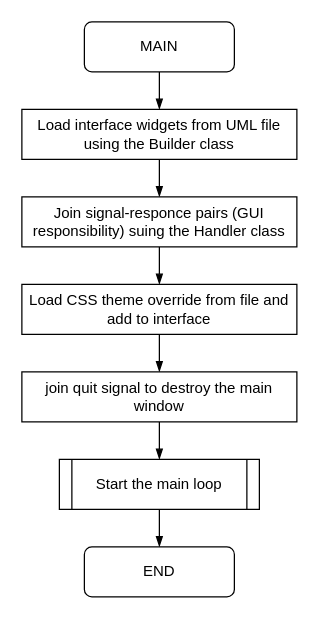
AmalDokkar/CS-IA keeps this draw.io diagram as page "Main" (6 of 7) of diagrams/diagrams.drawio. Above is the earlier version. Source tidied: cells renumbered, new cells numbered last; positions are measured from the earlier drawing's top-left corner, leaving out a move shared by most shapes. Both pictures are drawn from the tidied source at 125%, with x=0, y=0 at pixel (21, 21).
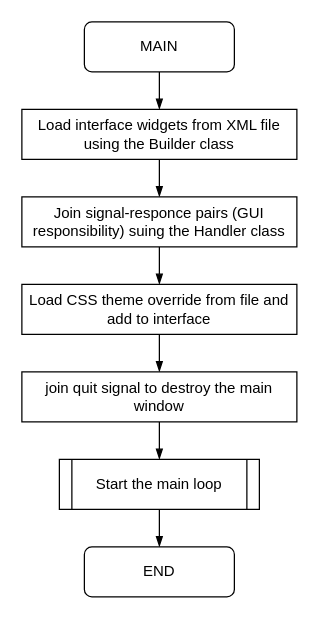
Above is the later version.

What changed in the source:
```diff
@@
 <mxGraphModel>
   <root>
     <mxCell id="0" />
     <mxCell id="1" parent="0" />
     <mxCell id="2" style="edgeStyle=orthogonalEdgeStyle;rounded=0;jettySize=auto;html=1;entryX=0.5;entryY=0;entryDx=0;entryDy=0;endArrow=blockThin;endFill=1;" parent="1" edge="1" source="3" target="5">
       <mxGeometry relative="1" as="geometry" />
     </mxCell>
     <mxCell id="3" value="MAIN" style="rounded=1;whiteSpace=wrap;html=1;" parent="1" vertex="1">
       <mxGeometry x="50" width="120" height="40" as="geometry" />
     </mxCell>
     <mxCell id="4" style="edgeStyle=orthogonalEdgeStyle;rounded=0;jettySize=auto;html=1;entryX=0.5;entryY=0;entryDx=0;entryDy=0;endArrow=blockThin;endFill=1;" parent="1" edge="1" source="5" target="7">
       <mxGeometry relative="1" as="geometry" />
     </mxCell>
-    <mxCell id="5" value="Load interface widgets from UML file using the Builder class" style="rounded=0;whiteSpace=wrap;html=1;" parent="1" vertex="1">
+    <mxCell id="5" value="Load interface widgets from XML file using the Builder class" style="rounded=0;whiteSpace=wrap;html=1;" parent="1" vertex="1">
       <mxGeometry y="70" width="220" height="40" as="geometry" />
     </mxCell>
     <mxCell id="6" style="edgeStyle=orthogonalEdgeStyle;rounded=0;jettySize=auto;html=1;entryX=0.5;entryY=0;entryDx=0;entryDy=0;endArrow=blockThin;endFill=1;" parent="1" edge="1" source="7" target="9">
       <mxGeometry relative="1" as="geometry" />
     </mxCell>
     <mxCell id="7" value="Join signal-responce pairs (GUI responsibility) suing the Handler class" style="rounded=0;whiteSpace=wrap;html=1;" parent="1" vertex="1">
       <mxGeometry y="140" width="220" height="40" as="geometry" />
     </mxCell>
     <mxCell id="8" style="edgeStyle=orthogonalEdgeStyle;rounded=0;jettySize=auto;html=1;entryX=0.5;entryY=0;entryDx=0;entryDy=0;endArrow=blockThin;endFill=1;" parent="1" edge="1" source="9" target="11">
       <mxGeometry relative="1" as="geometry" />
     </mxCell>
     <mxCell id="9" value="Load CSS theme override from file and add to interface" style="rounded=0;whiteSpace=wrap;html=1;" parent="1" vertex="1">
       <mxGeometry y="210" width="220" height="40" as="geometry" />
     </mxCell>
     <mxCell id="10" style="edgeStyle=orthogonalEdgeStyle;rounded=0;jettySize=auto;html=1;entryX=0.5;entryY=0;entryDx=0;entryDy=0;endArrow=blockThin;endFill=1;" parent="1" edge="1" source="11" target="13">
       <mxGeometry relative="1" as="geometry" />
     </mxCell>
     <mxCell id="11" value="join quit signal to destroy the main window" style="rounded=0;whiteSpace=wrap;html=1;" parent="1" vertex="1">
       <mxGeometry y="280" width="220" height="40" as="geometry" />
     </mxCell>
     <mxCell id="12" style="edgeStyle=orthogonalEdgeStyle;rounded=0;jettySize=auto;html=1;endArrow=blockThin;endFill=1;" parent="1" edge="1" source="13" target="14">
       <mxGeometry relative="1" as="geometry" />
     </mxCell>
     <mxCell id="13" value="Start the main loop" style="shape=process;whiteSpace=wrap;html=1;backgroundOutline=1;size=0.0625;" parent="1" vertex="1">
       <mxGeometry x="30" y="350" width="160" height="40" as="geometry" />
     </mxCell>
     <mxCell id="14" value="END" style="rounded=1;whiteSpace=wrap;html=1;" parent="1" vertex="1">
       <mxGeometry x="50" y="420" width="120" height="40" as="geometry" />
     </mxCell>
   </root>
 </mxGraphModel>
```
